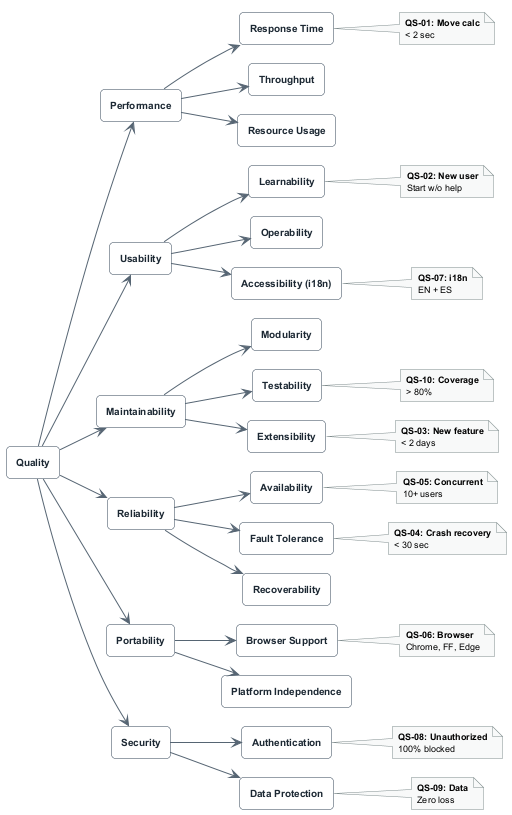
Arquisoft/yovi_en2c keeps this PlantUML diagram as images/Quality Tree.png. Above is the earlier version. Its diagram source:
```plantuml
@startuml

skinparam rectangle {
  BackgroundColor white
  BorderColor #2E4053
  FontColor #1C2833
  FontSize 10
  FontStyle bold
  RoundCorner 8
}

skinparam note {
  BackgroundColor #F8F9F9
  BorderColor #7F8C8D
  FontSize 9
}

skinparam arrow {
  Color #566573
  Thickness 1
}

left to right direction
rectangle "Quality" as QUALITY

rectangle "Performance" as PERF
rectangle "Usability" as USE
rectangle "Maintainability" as MAIN
rectangle "Reliability" as REL
rectangle "Portability" as PORT
rectangle "Security" as SEC

QUALITY --> PERF
QUALITY --> USE
QUALITY --> MAIN
QUALITY --> REL
QUALITY --> PORT
QUALITY --> SEC

rectangle "Response Time" as RESP
rectangle "Throughput" as THR
rectangle "Resource Usage" as RES

PERF --> RESP
PERF --> THR
PERF --> RES

rectangle "Learnability" as LEARN
rectangle "Operability" as OPER
rectangle "Accessibility (i18n)" as I18N

USE --> LEARN
USE --> OPER
USE --> I18N

rectangle "Modularity" as MOD
rectangle "Testability" as TEST
rectangle "Extensibility" as EXT

MAIN --> MOD
MAIN --> TEST
MAIN --> EXT

rectangle "Availability" as AVAIL
rectangle "Fault Tolerance" as FAULT
rectangle "Recoverability" as REC

REL --> AVAIL
REL --> FAULT
REL --> REC

rectangle "Browser Support" as BROWSER
rectangle "Platform Independence" as PLAT

PORT --> BROWSER
PORT --> PLAT

rectangle "Authentication" as AUTH
rectangle "Data Protection" as DATA

SEC --> AUTH
SEC --> DATA

note right of RESP
  **QS-01: Move calc**
  < 2 sec
end note

note right of LEARN
  **QS-02: New user**
  Start w/o help
end note

note right of EXT
  **QS-03: New feature**
  < 2 days
end note

note right of FAULT
  **QS-04: Crash recovery**
  < 30 sec
end note

note right of AVAIL
  **QS-05: Concurrent**
  10+ users
end note

note right of BROWSER
  **QS-06: Browser**
  Chrome, FF, Edge
end note

note right of I18N
  **QS-07: i18n**
  EN + ES
end note

note right of AUTH
  **QS-08: Unauthorized**
  100% blocked
end note

note right of DATA
  **QS-09: Data**
  Zero loss
end note

note right of TEST
  **QS-10: Coverage**
  > 80%
end note

@enduml
```
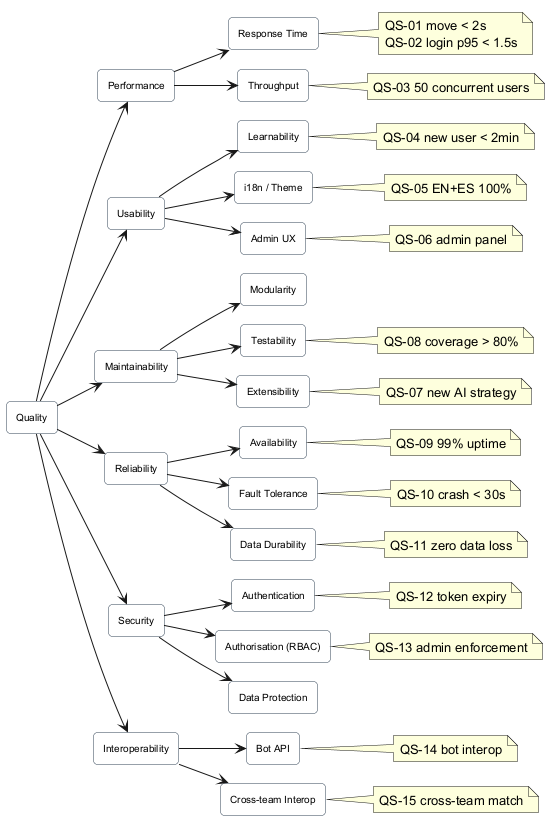
After the change.

Diff of the diagram source:
```diff
@@ -1,134 +1,78 @@
 @startuml
-
 skinparam rectangle {
   BackgroundColor white
   BorderColor #2E4053
-  FontColor #1C2833
   FontSize 10
-  FontStyle bold
   RoundCorner 8
 }
+left to right direction
 
-skinparam note {
-  BackgroundColor #F8F9F9
-  BorderColor #7F8C8D
-  FontSize 9
-}
-
-skinparam arrow {
-  Color #566573
-  Thickness 1
-}
-
-left to right direction
-rectangle "Quality" as QUALITY
+rectangle "Quality" as Q
 
 rectangle "Performance" as PERF
 rectangle "Usability" as USE
 rectangle "Maintainability" as MAIN
 rectangle "Reliability" as REL
-rectangle "Portability" as PORT
 rectangle "Security" as SEC
+rectangle "Interoperability" as INTER
 
-QUALITY --> PERF
-QUALITY --> USE
-QUALITY --> MAIN
-QUALITY --> REL
-QUALITY --> PORT
-QUALITY --> SEC
+Q --> PERF
+Q --> USE
+Q --> MAIN
+Q --> REL
+Q --> SEC
+Q --> INTER
 
-rectangle "Response Time" as RESP
+rectangle "Response Time" as RT
 rectangle "Throughput" as THR
-rectangle "Resource Usage" as RES
-
-PERF --> RESP
+PERF --> RT
 PERF --> THR
-PERF --> RES
 
 rectangle "Learnability" as LEARN
-rectangle "Operability" as OPER
-rectangle "Accessibility (i18n)" as I18N
-
+rectangle "i18n / Theme" as I18N
+rectangle "Admin UX" as ADMINUX
 USE --> LEARN
-USE --> OPER
 USE --> I18N
+USE --> ADMINUX
 
 rectangle "Modularity" as MOD
 rectangle "Testability" as TEST
 rectangle "Extensibility" as EXT
-
 MAIN --> MOD
 MAIN --> TEST
 MAIN --> EXT
 
 rectangle "Availability" as AVAIL
 rectangle "Fault Tolerance" as FAULT
-rectangle "Recoverability" as REC
-
+rectangle "Data Durability" as DATA
 REL --> AVAIL
 REL --> FAULT
-REL --> REC
-
-rectangle "Browser Support" as BROWSER
-rectangle "Platform Independence" as PLAT
-
-PORT --> BROWSER
-PORT --> PLAT
+REL --> DATA
 
 rectangle "Authentication" as AUTH
-rectangle "Data Protection" as DATA
+rectangle "Authorisation (RBAC)" as RBAC
+rectangle "Data Protection" as DP
+SEC --> AUTH
+SEC --> RBAC
+SEC --> DP
 
-SEC --> AUTH
-SEC --> DATA
+rectangle "Bot API" as BOTAPI
+rectangle "Cross-team Interop" as CROSSTEAM
+INTER --> BOTAPI
+INTER --> CROSSTEAM
 
-note right of RESP
-  **QS-01: Move calc**
-  < 2 sec
-end note
-
-note right of LEARN
-  **QS-02: New user**
-  Start w/o help
-end note
-
-note right of EXT
-  **QS-03: New feature**
-  < 2 days
-end note
-
-note right of FAULT
-  **QS-04: Crash recovery**
-  < 30 sec
-end note
-
-note right of AVAIL
-  **QS-05: Concurrent**
-  10+ users
-end note
-
-note right of BROWSER
-  **QS-06: Browser**
-  Chrome, FF, Edge
-end note
-
-note right of I18N
-  **QS-07: i18n**
-  EN + ES
-end note
-
-note right of AUTH
-  **QS-08: Unauthorized**
-  100% blocked
-end note
-
-note right of DATA
-  **QS-09: Data**
-  Zero loss
-end note
-
-note right of TEST
-  **QS-10: Coverage**
-  > 80%
-end note
-
+note right of RT : QS-01 move < 2s\nQS-02 login p95 < 1.5s
+note right of THR : QS-03 50 concurrent users
+note right of LEARN : QS-04 new user < 2min
+note right of I18N : QS-05 EN+ES 100%
+note right of ADMINUX : QS-06 admin panel
+note right of EXT : QS-07 new AI strategy
+note right of TEST : QS-08 coverage > 80%
+note right of AVAIL : QS-09 99% uptime
+note right of FAULT : QS-10 crash < 30s
+note right of DATA : QS-11 zero data loss
+note right of AUTH : QS-12 token expiry
+note right of RBAC : QS-13 admin enforcement
+note right of BOTAPI : QS-14 bot interop
+note right of CROSSTEAM : QS-15 cross-team match
 @enduml
```
